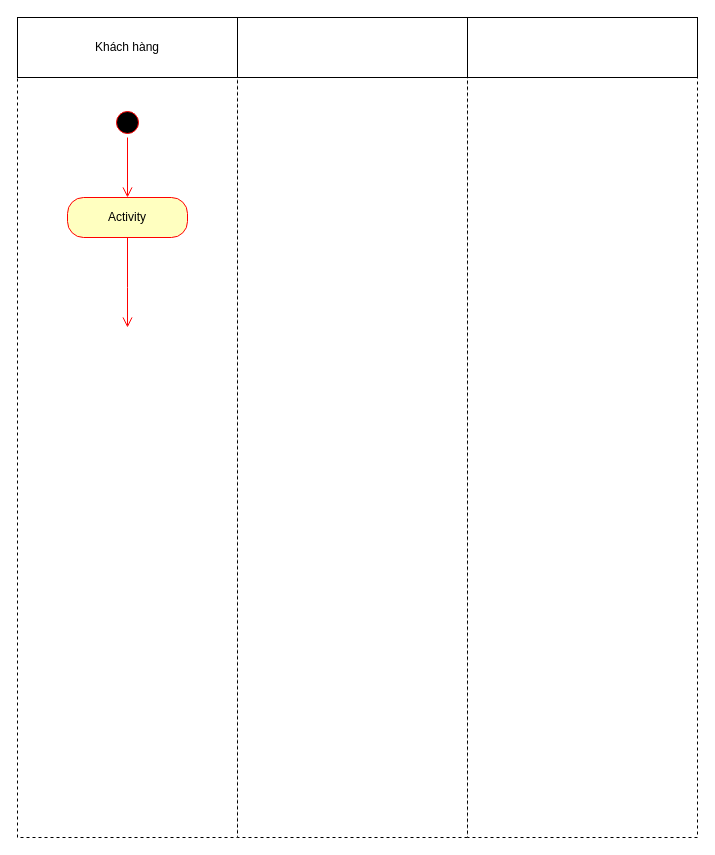
NgoAnhThanThien/thanthien123 keeps this draw.io diagram as Activity_Diagram_BIeudohd_RUTTIENMAYATM.drawio. Above is the earlier version. Source tidied: cells renumbered, new cells numbered last; positions are measured from the earlier drawing's top-left corner, leaving out a move shared by most shapes. Both pictures are drawn from the tidied source at 100%, with x=0, y=0 at pixel (17, 17).
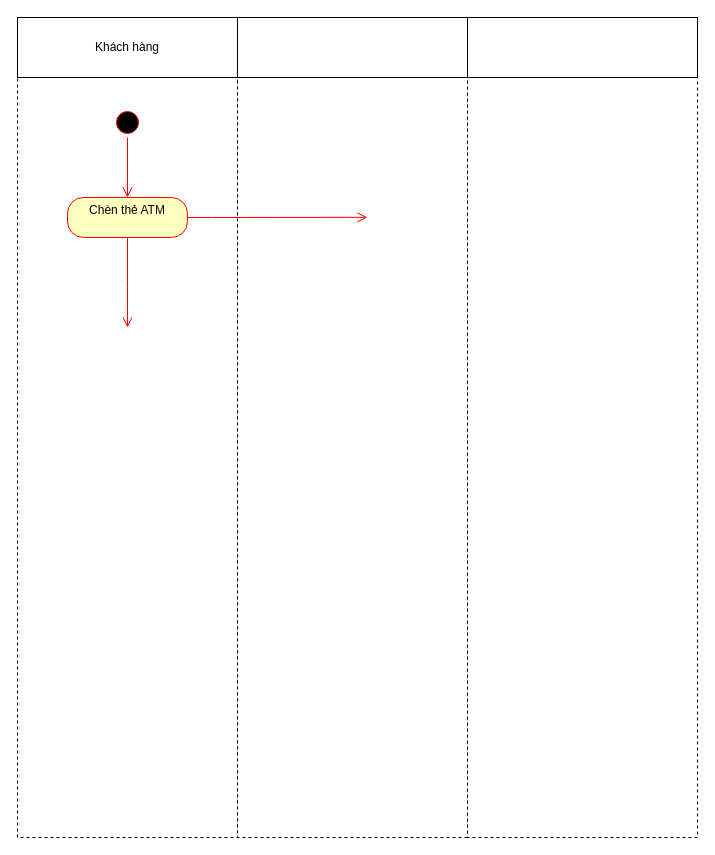
Above is the later version.

What changed in the source:
```diff
@@
 <mxGraphModel>
   <root>
     <mxCell id="0" />
     <mxCell id="1" parent="0" />
     <mxCell id="2" style="rounded=0;whiteSpace=wrap;html=1;dashed=1;" parent="1" vertex="1">
       <mxGeometry y="60" width="220" height="760" as="geometry" />
     </mxCell>
     <mxCell id="3" style="rounded=0;whiteSpace=wrap;html=1;dashed=1;" parent="1" vertex="1">
       <mxGeometry x="220" y="60" width="230" height="760" as="geometry" />
     </mxCell>
     <mxCell id="4" style="rounded=0;whiteSpace=wrap;html=1;dashed=1;" parent="1" vertex="1">
       <mxGeometry x="450" y="60" width="230" height="760" as="geometry" />
     </mxCell>
     <mxCell id="5" value="Khách hàng" style="rounded=0;whiteSpace=wrap;html=1;" parent="1" vertex="1">
       <mxGeometry width="220" height="60" as="geometry" />
     </mxCell>
     <mxCell id="6" style="rounded=0;whiteSpace=wrap;html=1;" parent="1" vertex="1">
       <mxGeometry x="220" width="230" height="60" as="geometry" />
     </mxCell>
     <mxCell id="7" style="rounded=0;whiteSpace=wrap;html=1;" parent="1" vertex="1">
       <mxGeometry x="450" width="230" height="60" as="geometry" />
     </mxCell>
     <mxCell id="8" style="ellipse;html=1;shape=startState;fillColor=#000000;strokeColor=#ff0000;" parent="1" vertex="1">
       <mxGeometry x="95" y="90" width="30" height="30" as="geometry" />
     </mxCell>
     <mxCell id="9" style="edgeStyle=orthogonalEdgeStyle;html=1;verticalAlign=bottom;endArrow=open;endSize=8;strokeColor=#ff0000;rounded=0;entryX=0.5;entryY=0;entryDx=0;entryDy=0;" parent="1" edge="1" source="8" target="10">
       <mxGeometry relative="1" as="geometry" />
     </mxCell>
-    <mxCell id="10" value="Activity" style="rounded=1;whiteSpace=wrap;html=1;arcSize=40;fontColor=#000000;fillColor=#ffffc0;strokeColor=#ff0000;" parent="1" vertex="1">
+    <mxCell id="10" value="Chèn thẻ ATM&lt;br&gt;&lt;div&gt;&lt;span style=&quot;color: rgba(0, 0, 0, 0); font-family: monospace; font-size: 0px; text-align: start; text-wrap-mode: nowrap;&quot;&gt;&lt;br&gt;&lt;/span&gt;&lt;/div&gt;" style="rounded=1;whiteSpace=wrap;html=1;arcSize=40;fontColor=#000000;fillColor=#ffffc0;strokeColor=#ff0000;" parent="1" vertex="1">
       <mxGeometry x="50" y="180" width="120" height="40" as="geometry" />
     </mxCell>
     <mxCell id="11" style="edgeStyle=orthogonalEdgeStyle;html=1;verticalAlign=bottom;endArrow=open;endSize=8;strokeColor=#ff0000;rounded=0;entryX=0.5;entryY=0.329;entryDx=0;entryDy=0;entryPerimeter=0;" parent="1" edge="1" source="10" target="2">
       <mxGeometry relative="1" as="geometry">
         <Array as="points">
           <mxPoint x="110" y="270" />
           <mxPoint x="110" y="270" />
         </Array>
       </mxGeometry>
     </mxCell>
+    <mxCell id="12" style="edgeStyle=orthogonalEdgeStyle;html=1;verticalAlign=bottom;endArrow=open;endSize=8;strokeColor=#ff0000;rounded=0;entryX=0.565;entryY=0.184;entryDx=0;entryDy=0;entryPerimeter=0;exitX=1;exitY=0.5;exitDx=0;exitDy=0;" parent="1" edge="1" source="10" target="3">
+      <mxGeometry relative="1" as="geometry" />
+    </mxCell>
   </root>
 </mxGraphModel>
```
